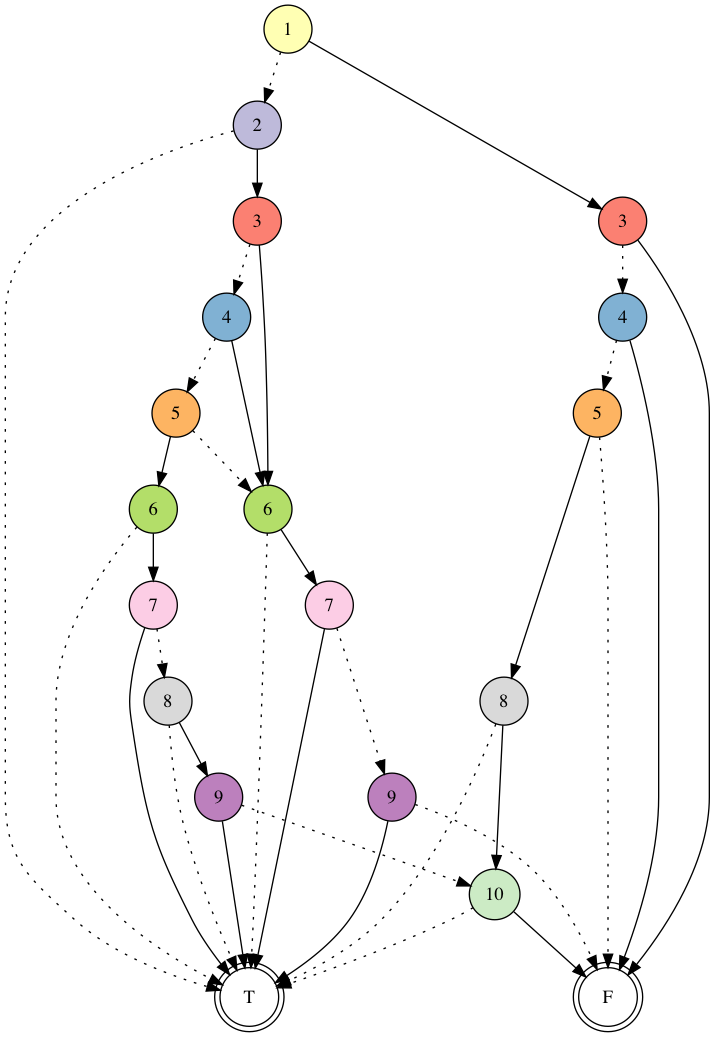
Bluescreen-Muc/BddApprox keeps this Graphviz diagram as OCaml/test2.png. Above is the earlier version. Its source is kept beside it as OCaml/test2.dot.
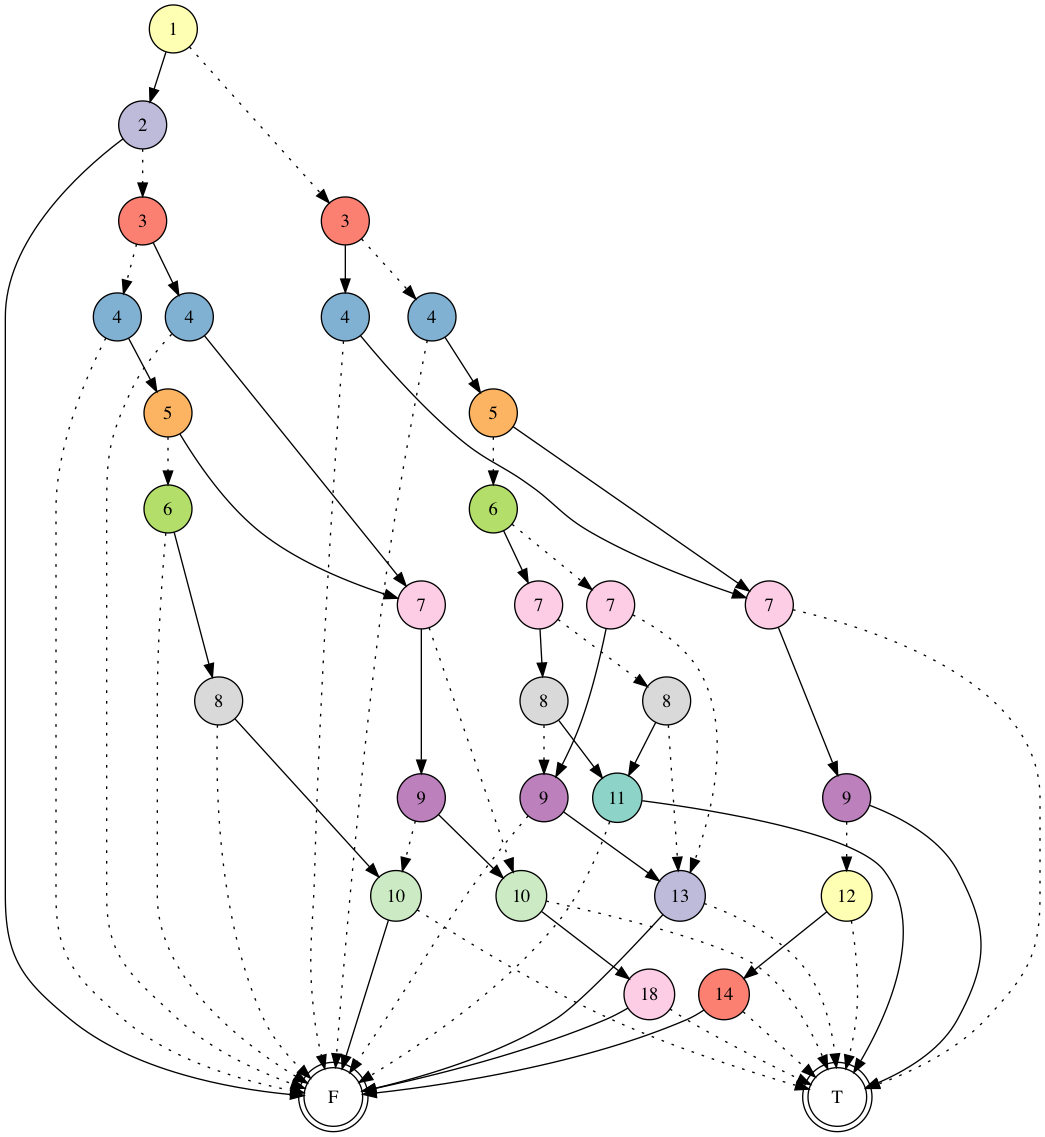
After the commit.

What changed in the source:
```diff
@@ -6,460 +6,175 @@
 		];
 {
 graph [rank=same];
-216714	[fillcolor=2, label=1, rank=1];
+181	[fillcolor=2, label=1, rank=1];
 }
 {
 graph [rank=same];
-216713	[fillcolor=3, label=2, rank=2];
+180	[fillcolor=3, label=2, rank=2];
 }
 {
 graph [rank=same];
-216691	[fillcolor=4, label=3, rank=3];
-216712	[fillcolor=4, label=3, rank=3];
+170	[fillcolor=4, label=3, rank=3];
+179	[fillcolor=4, label=3, rank=3];
 }
 {
 graph [rank=same];
-216690	[fillcolor=5, label=4, rank=4];
-216711	[fillcolor=5, label=4, rank=4];
+178	[fillcolor=5, label=4, rank=4];
+176	[fillcolor=5, label=4, rank=4];
+167	[fillcolor=5, label=4, rank=4];
+169	[fillcolor=5, label=4, rank=4];
 }
 {
 graph [rank=same];
-216710	[fillcolor=6, label=5, rank=5];
-216689	[fillcolor=6, label=5, rank=5];
+175	[fillcolor=6, label=5, rank=5];
+166	[fillcolor=6, label=5, rank=5];
+174	[fillcolor=6, label=5, rank=5];
+165	[fillcolor=6, label=5, rank=5];
 }
 {
 graph [rank=same];
-216709	[fillcolor=7, label=6, rank=6];
-216700	[fillcolor=7, label=6, rank=6];
-216631	[fillcolor=7, label=6, rank=6];
-216688	[fillcolor=7, label=6, rank=6];
+177	[fillcolor=7, label=6, rank=6];
+164	[fillcolor=7, label=6, rank=6];
+173	[fillcolor=7, label=6, rank=6];
+168	[fillcolor=7, label=6, rank=6];
 }
 {
 graph [rank=same];
-216630	[fillcolor=8, label=7, rank=7];
-216664	[fillcolor=8, label=7, rank=7];
-216704	[fillcolor=8, label=7, rank=7];
-216687	[fillcolor=8, label=7, rank=7];
-216708	[fillcolor=8, label=7, rank=7];
-216695	[fillcolor=8, label=7, rank=7];
-216699	[fillcolor=8, label=7, rank=7];
-216614	[fillcolor=8, label=7, rank=7];
+154	[fillcolor=8, label=7, rank=7];
+171	[fillcolor=8, label=7, rank=7];
+172	[fillcolor=8, label=7, rank=7];
+163	[fillcolor=8, label=7, rank=7];
 }
 {
 graph [rank=same];
-216698	[fillcolor=9, label=8, rank=8];
-216686	[fillcolor=9, label=8, rank=8];
-216703	[fillcolor=9, label=8, rank=8];
-216707	[fillcolor=9, label=8, rank=8];
-216613	[fillcolor=9, label=8, rank=8];
-216663	[fillcolor=9, label=8, rank=8];
-216629	[fillcolor=9, label=8, rank=8];
-216694	[fillcolor=9, label=8, rank=8];
+153	[fillcolor=9, label=8, rank=8];
+162	[fillcolor=9, label=8, rank=8];
+157	[fillcolor=9, label=8, rank=8];
+144	[fillcolor=9, label=8, rank=8];
 }
 {
 graph [rank=same];
-216679	[fillcolor=10, label=9, rank=9];
-216612	[fillcolor=10, label=9, rank=9];
-216702	[fillcolor=10, label=9, rank=9];
-216696	[fillcolor=10, label=9, rank=9];
-216693	[fillcolor=10, label=9, rank=9];
-216705	[fillcolor=10, label=9, rank=9];
-216655	[fillcolor=10, label=9, rank=9];
-216706	[fillcolor=10, label=9, rank=9];
-216692	[fillcolor=10, label=9, rank=9];
-216685	[fillcolor=10, label=9, rank=9];
-216697	[fillcolor=10, label=9, rank=9];
-216599	[fillcolor=10, label=9, rank=9];
-216662	[fillcolor=10, label=9, rank=9];
-216628	[fillcolor=10, label=9, rank=9];
-216701	[fillcolor=10, label=9, rank=9];
-216622	[fillcolor=10, label=9, rank=9];
+140	[fillcolor=10, label=9, rank=9];
+152	[fillcolor=10, label=9, rank=9];
+143	[fillcolor=10, label=9, rank=9];
+148	[fillcolor=10, label=9, rank=9];
 }
 {
 graph [rank=same];
-216598	[fillcolor=11, label=10, rank=10];
-216644	[fillcolor=11, label=10, rank=10];
-216602	[fillcolor=11, label=10, rank=10];
-216654	[fillcolor=11, label=10, rank=10];
-216684	[fillcolor=11, label=10, rank=10];
-216617	[fillcolor=11, label=10, rank=10];
-216621	[fillcolor=11, label=10, rank=10];
-216672	[fillcolor=11, label=10, rank=10];
-216678	[fillcolor=11, label=10, rank=10];
-216682	[fillcolor=11, label=10, rank=10];
-216627	[fillcolor=11, label=10, rank=10];
-216594	[fillcolor=11, label=10, rank=10];
-216658	[fillcolor=11, label=10, rank=10];
-216661	[fillcolor=11, label=10, rank=10];
-216625	[fillcolor=11, label=10, rank=10];
-216611	[fillcolor=11, label=10, rank=10];
+147	[fillcolor=11, label=10, rank=10];
+151	[fillcolor=11, label=10, rank=10];
+158	[fillcolor=11, label=10, rank=10];
+161	[fillcolor=11, label=10, rank=10];
 }
 {
 graph [rank=same];
-216601	[fillcolor=1, label=11, rank=11];
-216657	[fillcolor=1, label=11, rank=11];
-216681	[fillcolor=1, label=11, rank=11];
-216610	[fillcolor=1, label=11, rank=11];
-216659	[fillcolor=1, label=11, rank=11];
-216626	[fillcolor=1, label=11, rank=11];
-216683	[fillcolor=1, label=11, rank=11];
-216600	[fillcolor=1, label=11, rank=11];
-216623	[fillcolor=1, label=11, rank=11];
-216624	[fillcolor=1, label=11, rank=11];
-216680	[fillcolor=1, label=11, rank=11];
-216660	[fillcolor=1, label=11, rank=11];
-216656	[fillcolor=1, label=11, rank=11];
-216603	[fillcolor=1, label=11, rank=11];
+156	[fillcolor=1, label=11, rank=11];
+150	[fillcolor=1, label=11, rank=11];
+142	[fillcolor=1, label=11, rank=11];
+160	[fillcolor=1, label=11, rank=11];
 }
 {
 graph [rank=same];
-216597	[fillcolor=2, label=12, rank=12];
-216643	[fillcolor=2, label=12, rank=12];
-216593	[fillcolor=2, label=12, rank=12];
-216648	[fillcolor=2, label=12, rank=12];
-216609	[fillcolor=2, label=12, rank=12];
-216589	[fillcolor=2, label=12, rank=12];
-216638	[fillcolor=2, label=12, rank=12];
-216653	[fillcolor=2, label=12, rank=12];
+159	[fillcolor=2, label=12, rank=12];
+141	[fillcolor=2, label=12, rank=12];
+149	[fillcolor=2, label=12, rank=12];
+155	[fillcolor=2, label=12, rank=12];
 }
 {
 graph [rank=same];
-216642	[fillcolor=3, label=13, rank=13];
-216652	[fillcolor=3, label=13, rank=13];
-216620	[fillcolor=3, label=13, rank=13];
-216608	[fillcolor=3, label=13, rank=13];
-216677	[fillcolor=3, label=13, rank=13];
-216592	[fillcolor=3, label=13, rank=13];
-216616	[fillcolor=3, label=13, rank=13];
-216671	[fillcolor=3, label=13, rank=13];
+146	[fillcolor=3, label=13, rank=13];
+139	[fillcolor=3, label=13, rank=13];
 }
 {
 graph [rank=same];
-216607	[fillcolor=4, label=14, rank=14];
-216596	[fillcolor=4, label=14, rank=14];
-216647	[fillcolor=4, label=14, rank=14];
-216588	[fillcolor=4, label=14, rank=14];
-216591	[fillcolor=4, label=14, rank=14];
-216637	[fillcolor=4, label=14, rank=14];
-216641	[fillcolor=4, label=14, rank=14];
-216651	[fillcolor=4, label=14, rank=14];
-}
-{
-graph [rank=same];
-216646	[fillcolor=5, label=15, rank=15];
-216674	[fillcolor=5, label=15, rank=15];
-216640	[fillcolor=5, label=15, rank=15];
-216650	[fillcolor=5, label=15, rank=15];
-216670	[fillcolor=5, label=15, rank=15];
-216676	[fillcolor=5, label=15, rank=15];
-216668	[fillcolor=5, label=15, rank=15];
-216636	[fillcolor=5, label=15, rank=15];
-}
-{
-graph [rank=same];
-216595	[fillcolor=6, label=16, rank=16];
-216645	[fillcolor=6, label=16, rank=16];
-216649	[fillcolor=6, label=16, rank=16];
-216619	[fillcolor=6, label=16, rank=16];
-216606	[fillcolor=6, label=16, rank=16];
-216673	[fillcolor=6, label=16, rank=16];
-216618	[fillcolor=6, label=16, rank=16];
-216675	[fillcolor=6, label=16, rank=16];
-}
-{
-graph [rank=same];
-216639	[fillcolor=7, label=17, rank=17];
-216615	[fillcolor=7, label=17, rank=17];
-216669	[fillcolor=7, label=17, rank=17];
-216605	[fillcolor=7, label=17, rank=17];
-216590	[fillcolor=7, label=17, rank=17];
-}
-{
-graph [rank=same];
-216604	[fillcolor=9, label=19, rank=18];
-}
-{
-graph [rank=same];
-216635	[fillcolor=10, label=20, rank=19];
-216667	[fillcolor=10, label=20, rank=19];
-}
-{
-graph [rank=same];
-216634	[fillcolor=11, label=21, rank=20];
-216587	[fillcolor=11, label=21, rank=20];
-}
-{
-graph [rank=same];
-216666	[fillcolor=1, label=22, rank=21];
-216633	[fillcolor=1, label=22, rank=21];
-}
-{
-graph [rank=same];
-216665	[fillcolor=3, label=24, rank=22];
-216632	[fillcolor=3, label=24, rank=22];
-}
-{
-graph [rank=same];
-216586	[fillcolor=5, label=26, rank=23];
+145	[fillcolor=5, label=15, rank=14];
 }
 0	 [fillcolor=White, label=F, rank=None, shape=doublecircle];
 1	 [fillcolor=White, label=T, rank=None, shape=doublecircle];
-216688 -> 216687 		[style=dotted];
-216688 -> 216664
-216622 -> 216621 		[style=dotted];
-216622 -> 216617
-216675 -> 216669 		[style=dotted];
-216675 -> 1
-216653 -> 1 		[style=dotted];
-216653 -> 216652
-216651 -> 1 		[style=dotted];
-216651 -> 216650
-216618 -> 0 		[style=dotted];
-216618 -> 1
-216671 -> 1 		[style=dotted];
-216671 -> 216670
-216641 -> 1 		[style=dotted];
-216641 -> 216640
-216614 -> 1 		[style=dotted];
-216614 -> 216613
-216694 -> 216693 		[style=dotted];
-216694 -> 216692
-216616 -> 1 		[style=dotted];
-216616 -> 216615
-216603 -> 1 		[style=dotted];
-216603 -> 216597
-216712 -> 1 		[style=dotted];
-216712 -> 216711
-216590 -> 216587 		[style=dotted];
-216590 -> 1
-216586 -> 0 		[style=dotted];
-216586 -> 1
-216701 -> 216648 		[style=dotted];
-216701 -> 216638
-216689 -> 1 		[style=dotted];
-216689 -> 216688
-216637 -> 1 		[style=dotted];
-216637 -> 216636
-216604 -> 216587 		[style=dotted];
-216604 -> 1
-216587 -> 216586 		[style=dotted];
-216587 -> 1
-216714 -> 216713 		[style=dotted];
-216714 -> 1
-216711 -> 216710 		[style=dotted];
-216711 -> 216700
-216629 -> 216628 		[style=dotted];
-216629 -> 216622
-216591 -> 1 		[style=dotted];
-216591 -> 216590
-216663 -> 216662 		[style=dotted];
-216663 -> 216655
-216588 -> 1 		[style=dotted];
-216588 -> 216587
-216628 -> 216627 		[style=dotted];
-216628 -> 216625
-216636 -> 216635 		[style=dotted];
-216636 -> 1
-216668 -> 216667 		[style=dotted];
-216668 -> 1
-216638 -> 1 		[style=dotted];
-216638 -> 216637
-216631 -> 216630 		[style=dotted];
-216631 -> 216614
-216699 -> 1 		[style=dotted];
-216699 -> 216698
-216676 -> 216675 		[style=dotted];
-216676 -> 1
-216662 -> 216661 		[style=dotted];
-216662 -> 216658
-216599 -> 216598 		[style=dotted];
-216599 -> 216594
-216611 -> 216610 		[style=dotted];
-216611 -> 216603
-216592 -> 1 		[style=dotted];
-216592 -> 216591
-216656 -> 1 		[style=dotted];
-216656 -> 216638
-216697 -> 216626 		[style=dotted];
-216697 -> 216623
-216685 -> 216684 		[style=dotted];
-216685 -> 216682
-216700 -> 216699 		[style=dotted];
-216700 -> 216695
-216670 -> 216669 		[style=dotted];
-216670 -> 1
-216633 -> 216632 		[style=dotted];
-216633 -> 1
-216605 -> 216604 		[style=dotted];
-216605 -> 1
-216677 -> 1 		[style=dotted];
-216677 -> 216676
-216692 -> 216597 		[style=dotted];
-216692 -> 216589
-216660 -> 1 		[style=dotted];
-216660 -> 216653
-216695 -> 1 		[style=dotted];
-216695 -> 216694
-216666 -> 216665 		[style=dotted];
-216666 -> 1
-216708 -> 1 		[style=dotted];
-216708 -> 216707
-216625 -> 216624 		[style=dotted];
-216625 -> 216623
-216691 -> 1 		[style=dotted];
-216691 -> 216690
-216706 -> 216683 		[style=dotted];
-216706 -> 216680
-216632 -> 216586 		[style=dotted];
-216632 -> 1
-216608 -> 1 		[style=dotted];
-216608 -> 216607
-216650 -> 216649 		[style=dotted];
-216650 -> 1
-216640 -> 216639 		[style=dotted];
-216640 -> 1
-216661 -> 216660 		[style=dotted];
-216661 -> 216659
-216673 -> 216667 		[style=dotted];
-216673 -> 1
-216658 -> 216657 		[style=dotted];
-216658 -> 216656
-216680 -> 1 		[style=dotted];
-216680 -> 216668
-216594 -> 216593 		[style=dotted];
-216594 -> 216589
-216624 -> 1 		[style=dotted];
-216624 -> 216616
-216613 -> 216612 		[style=dotted];
-216613 -> 216599
-216667 -> 1 		[style=dotted];
-216667 -> 216666
-216627 -> 1 		[style=dotted];
-216627 -> 216626
-216647 -> 1 		[style=dotted];
-216647 -> 216646
-216709 -> 216708 		[style=dotted];
-216709 -> 216704
-216707 -> 216706 		[style=dotted];
-216707 -> 216705
-216623 -> 1 		[style=dotted];
-216623 -> 0
-216703 -> 216702 		[style=dotted];
-216703 -> 216701
-216682 -> 216681 		[style=dotted];
-216682 -> 216680
-216606 -> 216605 		[style=dotted];
-216606 -> 1
-216620 -> 1 		[style=dotted];
-216620 -> 216619
-216600 -> 1 		[style=dotted];
-216600 -> 216589
-216678 -> 216677 		[style=dotted];
-216678 -> 216674
-216669 -> 216667 		[style=dotted];
-216669 -> 1
-216652 -> 1 		[style=dotted];
-216652 -> 216651
-216690 -> 216689 		[style=dotted];
-216690 -> 216631
-216672 -> 216671 		[style=dotted];
-216672 -> 216668
-216621 -> 216620 		[style=dotted];
-216621 -> 216618
-216617 -> 216616 		[style=dotted];
-216617 -> 0
-216635 -> 1 		[style=dotted];
-216635 -> 216634
-216615 -> 0 		[style=dotted];
-216615 -> 1
-216687 -> 1 		[style=dotted];
-216687 -> 216686
-216684 -> 1 		[style=dotted];
-216684 -> 216683
-216619 -> 216615 		[style=dotted];
-216619 -> 1
-216683 -> 1 		[style=dotted];
-216683 -> 216674
-216654 -> 216653 		[style=dotted];
-216654 -> 216648
-216655 -> 216654 		[style=dotted];
-216655 -> 216644
-216704 -> 1 		[style=dotted];
-216704 -> 216703
-216596 -> 1 		[style=dotted];
-216596 -> 216595
-216705 -> 216674 		[style=dotted];
-216705 -> 216668
-216634 -> 216633 		[style=dotted];
-216634 -> 1
-216589 -> 1 		[style=dotted];
-216589 -> 216588
-216649 -> 216639 		[style=dotted];
-216649 -> 1
-216686 -> 216685 		[style=dotted];
-216686 -> 216679
-216609 -> 1 		[style=dotted];
-216609 -> 216608
-216710 -> 1 		[style=dotted];
-216710 -> 216709
-216626 -> 1 		[style=dotted];
-216626 -> 216618
-216664 -> 1 		[style=dotted];
-216664 -> 216663
-216648 -> 1 		[style=dotted];
-216648 -> 216647
-216645 -> 216635 		[style=dotted];
-216645 -> 1
-216602 -> 216601 		[style=dotted];
-216602 -> 216600
-216693 -> 216603 		[style=dotted];
-216693 -> 216600
-216696 -> 216618 		[style=dotted];
-216696 -> 0
-216659 -> 1 		[style=dotted];
-216659 -> 216648
-216610 -> 216609 		[style=dotted];
-216610 -> 1
-216644 -> 216643 		[style=dotted];
-216644 -> 216638
-216674 -> 216673 		[style=dotted];
-216674 -> 1
-216665 -> 0 		[style=dotted];
-216665 -> 1
-216639 -> 216635 		[style=dotted];
-216639 -> 1
-216607 -> 1 		[style=dotted];
-216607 -> 216606
-216593 -> 1 		[style=dotted];
-216593 -> 216592
-216702 -> 216659 		[style=dotted];
-216702 -> 216656
-216713 -> 216712 		[style=dotted];
-216713 -> 216691
-216698 -> 216697 		[style=dotted];
-216698 -> 216696
-216595 -> 216587 		[style=dotted];
-216595 -> 1
-216681 -> 1 		[style=dotted];
-216681 -> 216671
-216657 -> 1 		[style=dotted];
-216657 -> 216643
-216612 -> 216611 		[style=dotted];
-216612 -> 216602
-216646 -> 216645 		[style=dotted];
-216646 -> 1
-216643 -> 1 		[style=dotted];
-216643 -> 216642
-216642 -> 1 		[style=dotted];
-216642 -> 216641
-216630 -> 1 		[style=dotted];
-216630 -> 216629
-216601 -> 1 		[style=dotted];
-216601 -> 216593
-216598 -> 1 		[style=dotted];
-216598 -> 216597
-216679 -> 216678 		[style=dotted];
-216679 -> 216672
-216597 -> 1 		[style=dotted];
-216597 -> 216596
+161 -> 160 		[style=dotted];
+161 -> 1
+163 -> 162 		[style=dotted];
+163 -> 157
+168 -> 157 		[style=dotted];
+168 -> 144
+158 -> 145 		[style=dotted];
+158 -> 1
+165 -> 1 		[style=dotted];
+165 -> 164
+172 -> 158 		[style=dotted];
+172 -> 0
+151 -> 150 		[style=dotted];
+151 -> 1
+148 -> 147 		[style=dotted];
+148 -> 1
+145 -> 0 		[style=dotted];
+145 -> 1
+143 -> 142 		[style=dotted];
+143 -> 1
+160 -> 159 		[style=dotted];
+160 -> 1
+179 -> 178 		[style=dotted];
+179 -> 176
+144 -> 143 		[style=dotted];
+144 -> 140
+139 -> 1 		[style=dotted];
+139 -> 0
+174 -> 1 		[style=dotted];
+174 -> 173
+157 -> 156 		[style=dotted];
+157 -> 0
+152 -> 151 		[style=dotted];
+152 -> 1
+169 -> 157 		[style=dotted];
+169 -> 168
+171 -> 148 		[style=dotted];
+171 -> 140
+167 -> 166 		[style=dotted];
+167 -> 165
+176 -> 175 		[style=dotted];
+176 -> 174
+181 -> 179 		[style=dotted];
+181 -> 180
+142 -> 141 		[style=dotted];
+142 -> 1
+173 -> 172 		[style=dotted];
+173 -> 171
+162 -> 161 		[style=dotted];
+162 -> 158
+146 -> 1 		[style=dotted];
+146 -> 145
+178 -> 0 		[style=dotted];
+178 -> 177
+170 -> 169 		[style=dotted];
+170 -> 167
+166 -> 1 		[style=dotted];
+166 -> 163
+155 -> 0 		[style=dotted];
+155 -> 1
+149 -> 146 		[style=dotted];
+149 -> 1
+175 -> 1 		[style=dotted];
+175 -> 172
+164 -> 163 		[style=dotted];
+164 -> 154
+177 -> 0 		[style=dotted];
+177 -> 140
+154 -> 153 		[style=dotted];
+154 -> 144
+141 -> 139 		[style=dotted];
+141 -> 1
+159 -> 145 		[style=dotted];
+159 -> 1
+153 -> 152 		[style=dotted];
+153 -> 148
+147 -> 146 		[style=dotted];
+147 -> 1
+140 -> 139 		[style=dotted];
+140 -> 1
+180 -> 179 		[style=dotted];
+180 -> 170
+150 -> 149 		[style=dotted];
+150 -> 1
+156 -> 155 		[style=dotted];
+156 -> 1
 }
```
